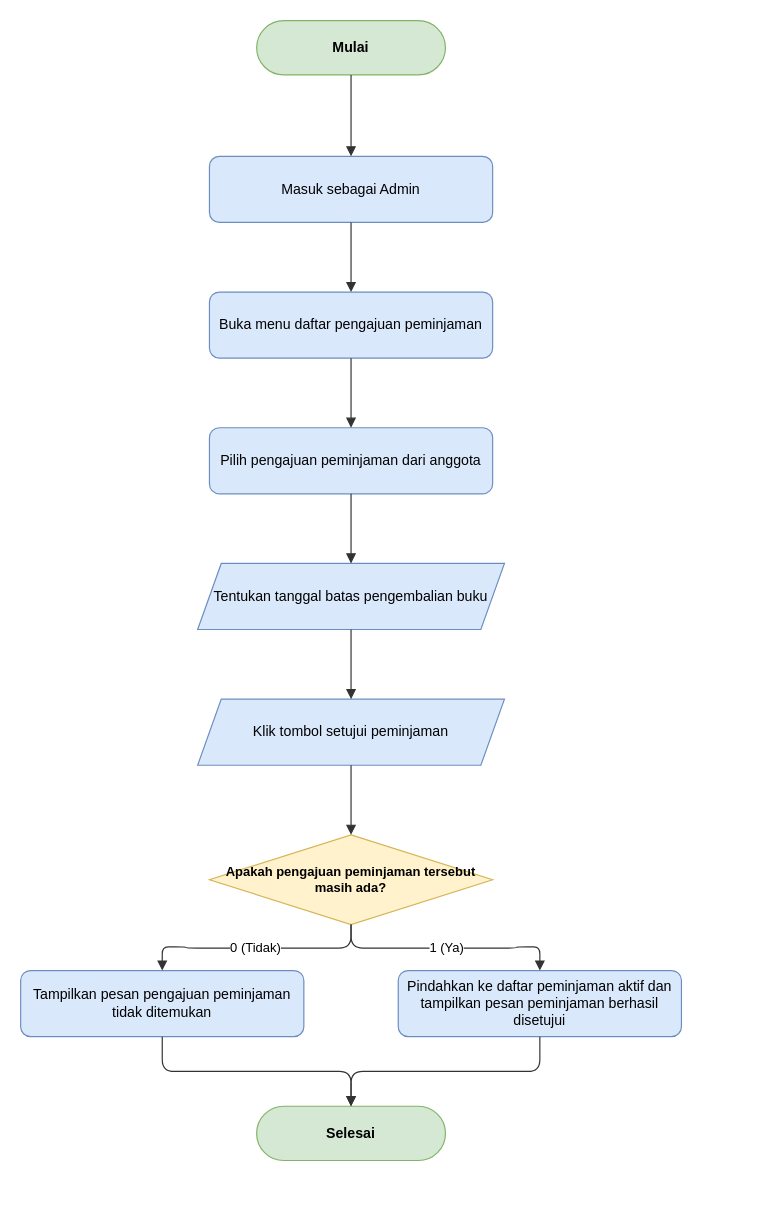
dimstyle/ruang-baca keeps this draw.io diagram as docs/diagrams/flowchart/flowchart-acceptpeminjaman.drawio. Above is the earlier version. Source tidied: cells renumbered, new cells numbered last; positions are measured from the earlier drawing's top-left corner, leaving out a move shared by most shapes. Both pictures are drawn from the tidied source at 118%, with x=0, y=0 at pixel (20, 20).
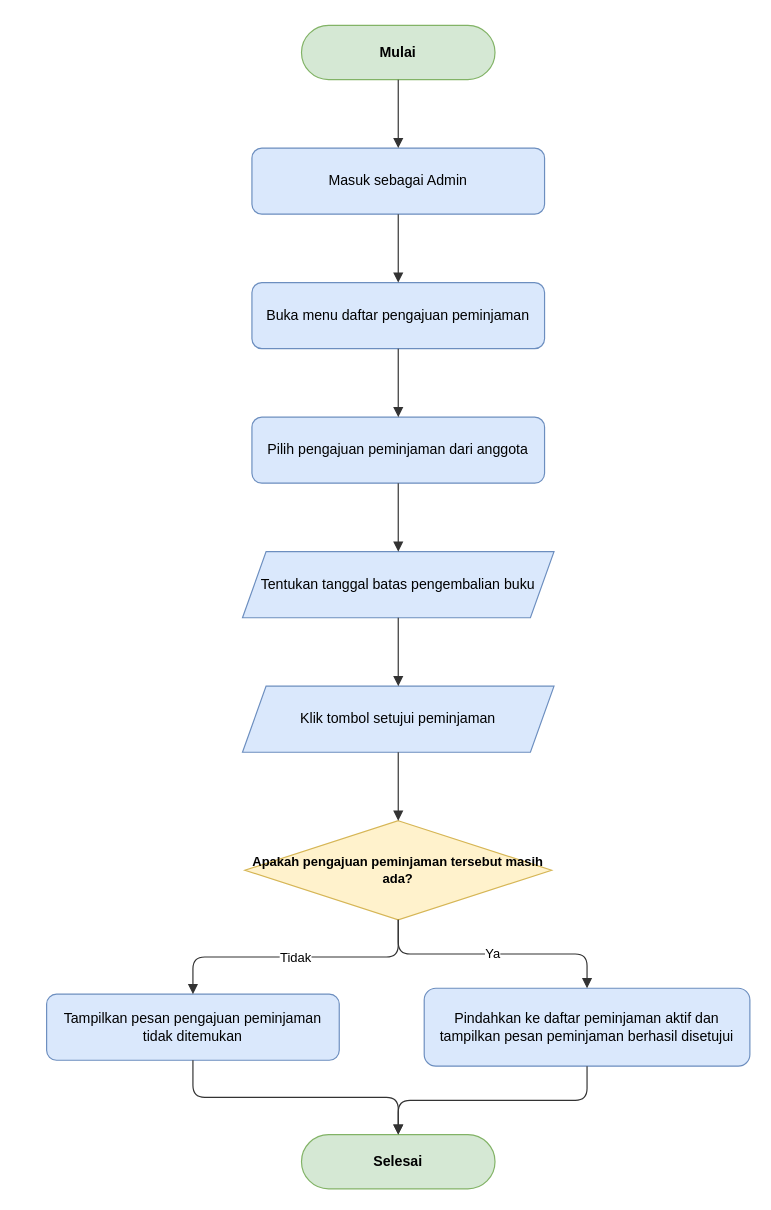
The same diagram, later.

The edit, as a diff of the source:
```diff
@@
     <mxCell id="2" value="Mulai" style="rounded=1;whiteSpace=wrap;html=1;arcSize=50;fillColor=#d5e8d4;strokeColor=#82b366;fontStyle=1;fontSize=12;" parent="1" vertex="1">
-      <mxGeometry x="200" width="160" height="46" as="geometry" />
+      <mxGeometry x="238" y="4" width="164" height="46" as="geometry" />
     </mxCell>
     <mxCell id="3" value="Masuk sebagai Admin" style="rounded=1;whiteSpace=wrap;html=1;fillColor=#dae8fc;strokeColor=#6c8ebf;fontSize=12;" parent="1" vertex="1">
-      <mxGeometry x="160" y="115" width="240" height="56" as="geometry" />
+      <mxGeometry x="196" y="108" width="248" height="56" as="geometry" />
     </mxCell>
     <mxCell id="4" value="Buka menu daftar pengajuan peminjaman" style="rounded=1;whiteSpace=wrap;html=1;fillColor=#dae8fc;strokeColor=#6c8ebf;fontSize=12;" parent="1" vertex="1">
-      <mxGeometry x="160" y="230" width="240" height="56" as="geometry" />
+      <mxGeometry x="196" y="222" width="248" height="56" as="geometry" />
     </mxCell>
     <mxCell id="5" value="Pilih pengajuan peminjaman dari anggota" style="rounded=1;whiteSpace=wrap;html=1;fillColor=#dae8fc;strokeColor=#6c8ebf;fontSize=12;" parent="1" vertex="1">
-      <mxGeometry x="160" y="345" width="240" height="56" as="geometry" />
+      <mxGeometry x="196" y="336" width="248" height="56" as="geometry" />
     </mxCell>
     <mxCell id="6" value="Tentukan tanggal batas pengembalian buku" style="shape=parallelogram;perimeter=parallelogramPerimeter;whiteSpace=wrap;html=1;fixedSize=1;fillColor=#dae8fc;strokeColor=#6c8ebf;fontSize=12;" parent="1" vertex="1">
-      <mxGeometry x="150" y="460" width="260" height="56" as="geometry" />
+      <mxGeometry x="188" y="450" width="264" height="56" as="geometry" />
     </mxCell>
     <mxCell id="7" value="Klik tombol setujui peminjaman" style="shape=parallelogram;perimeter=parallelogramPerimeter;whiteSpace=wrap;html=1;fixedSize=1;fillColor=#dae8fc;strokeColor=#6c8ebf;fontSize=12;" parent="1" vertex="1">
-      <mxGeometry x="150" y="575" width="260" height="56" as="geometry" />
+      <mxGeometry x="188" y="564" width="264" height="56" as="geometry" />
     </mxCell>
     <mxCell id="8" value="Apakah pengajuan peminjaman tersebut masih ada?" style="rhombus;whiteSpace=wrap;html=1;fillColor=#fff2cc;strokeColor=#d6b656;fontStyle=1;fontSize=11;" parent="1" vertex="1">
-      <mxGeometry x="160" y="690" width="240" height="76" as="geometry" />
+      <mxGeometry x="190" y="678" width="260" height="84" as="geometry" />
     </mxCell>
     <mxCell id="9" value="Tampilkan pesan pengajuan peminjaman tidak ditemukan" style="rounded=1;whiteSpace=wrap;html=1;fillColor=#dae8fc;strokeColor=#6c8ebf;fontSize=12;" parent="1" vertex="1">
-      <mxGeometry y="805" width="240" height="56" as="geometry" />
+      <mxGeometry x="22" y="825" width="248" height="56" as="geometry" />
     </mxCell>
     <mxCell id="10" value="Pindahkan ke daftar peminjaman aktif dan tampilkan pesan peminjaman berhasil disetujui" style="rounded=1;whiteSpace=wrap;html=1;fillColor=#dae8fc;strokeColor=#6c8ebf;fontSize=12;" parent="1" vertex="1">
-      <mxGeometry x="320" y="805" width="240" height="56" as="geometry" />
+      <mxGeometry x="342" y="820" width="276" height="66" as="geometry" />
     </mxCell>
     <mxCell id="11" value="Selesai" style="rounded=1;whiteSpace=wrap;html=1;arcSize=50;fillColor=#d5e8d4;strokeColor=#82b366;fontStyle=1;fontSize=12;" parent="1" vertex="1">
-      <mxGeometry x="200" y="920" width="160" height="46" as="geometry" />
+      <mxGeometry x="238" y="944" width="164" height="46" as="geometry" />
     </mxCell>
@@
-    <mxCell id="18" value="0 (Tidak)" style="edgeStyle=orthogonalEdgeStyle;rounded=1;jettySize=auto;html=1;endArrow=block;endFill=1;strokeColor=#333333;fontSize=11;labelBackgroundColor=#ffffff;" parent="1" edge="1" source="8" target="9">
+    <mxCell id="18" value="Tidak" style="edgeStyle=orthogonalEdgeStyle;rounded=1;jettySize=auto;html=1;endArrow=block;endFill=1;strokeColor=#333333;fontSize=11;labelBackgroundColor=#ffffff;" parent="1" edge="1" source="8" target="9">
       <mxGeometry relative="1" as="geometry" />
     </mxCell>
@@
-    <mxCell id="20" value="1 (Ya)" style="edgeStyle=orthogonalEdgeStyle;rounded=1;jettySize=auto;html=1;endArrow=block;endFill=1;strokeColor=#333333;fontSize=11;labelBackgroundColor=#ffffff;" parent="1" edge="1" source="8" target="10">
+    <mxCell id="20" value="Ya" style="edgeStyle=orthogonalEdgeStyle;rounded=1;jettySize=auto;html=1;endArrow=block;endFill=1;strokeColor=#333333;fontSize=11;labelBackgroundColor=#ffffff;" parent="1" edge="1" source="8" target="10">
       <mxGeometry relative="1" as="geometry" />
     </mxCell>
```
